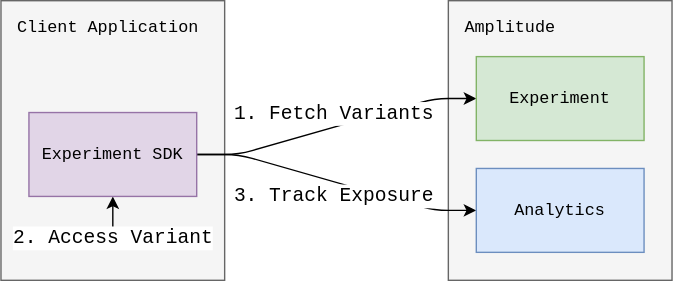
This is docs/assets/images/experiment/client-side-overview.drawio.svg from Amplitude-Developer-Docs/amplitude-dev-center, a draw.io export, as it was before one commit. Source tidied: cells renumbered, new cells last; positions are measured from the earlier drawing's top-left corner, leaving out a move shared by most shapes. Its diagram source:
```xml
<mxGraphModel>
  <root>
    <mxCell id="0" />
    <mxCell id="1" parent="0" />
    <mxCell id="2" style="rounded=0;whiteSpace=wrap;html=1;fillColor=#f5f5f5;strokeColor=#666666;fontColor=#333333;" parent="1" vertex="1">
      <mxGeometry x="320" width="160" height="200" as="geometry" />
    </mxCell>
    <mxCell id="3" style="rounded=0;whiteSpace=wrap;html=1;fillColor=#f5f5f5;strokeColor=#666666;fontColor=#333333;" parent="1" vertex="1">
      <mxGeometry width="160" height="200" as="geometry" />
    </mxCell>
    <mxCell id="4" value="&lt;span style=&quot;font-weight: normal&quot;&gt;Client Application&lt;/span&gt;" style="text;html=1;strokeColor=none;fillColor=none;align=left;verticalAlign=middle;whiteSpace=wrap;rounded=0;fontFamily=Courier New;fontSize=12;fontStyle=1;" parent="1" vertex="1">
      <mxGeometry x="10" y="10" width="170" height="20" as="geometry" />
    </mxCell>
    <mxCell id="5" style="edgeStyle=entityRelationEdgeStyle;html=1;exitX=1;exitY=0.5;exitDx=0;exitDy=0;entryX=0;entryY=0.5;entryDx=0;entryDy=0;fontFamily=Courier New;fontSize=12;" parent="1" edge="1" source="10" target="12">
      <mxGeometry relative="1" as="geometry" />
    </mxCell>
    <mxCell id="6" value="&lt;font style=&quot;font-size: 14px&quot;&gt;3. Track Exposure&lt;/font&gt;" style="edgeLabel;html=1;align=center;verticalAlign=middle;fontFamily=Courier New;" parent="5" vertex="1">
      <mxGeometry x="-0.03" y="2" relative="1" as="geometry">
        <mxPoint y="12" as="offset" />
      </mxGeometry>
    </mxCell>
    <mxCell id="7" style="edgeStyle=entityRelationEdgeStyle;html=1;exitX=1;exitY=0.5;exitDx=0;exitDy=0;entryX=0;entryY=0.5;entryDx=0;entryDy=0;fontFamily=Courier New;fontSize=12;" parent="1" edge="1" source="10" target="13">
      <mxGeometry relative="1" as="geometry" />
    </mxCell>
    <mxCell id="8" value="&lt;font style=&quot;font-size: 14px&quot;&gt;1. Fetch Variants&lt;/font&gt;" style="edgeLabel;html=1;align=center;verticalAlign=middle;fontFamily=Courier New;" parent="7" vertex="1">
      <mxGeometry x="-0.06" relative="1" as="geometry">
        <mxPoint x="4" y="-11" as="offset" />
      </mxGeometry>
    </mxCell>
    <mxCell id="9" value="&lt;font style=&quot;font-size: 14px&quot;&gt;2. Access Variant&lt;/font&gt;" style="edgeStyle=none;html=1;exitX=0.5;exitY=1;exitDx=0;exitDy=0;fontFamily=Courier New;startArrow=classic;startFill=1;endArrow=none;endFill=0;fontSize=12;" parent="1" edge="1">
      <mxGeometry x="1" relative="1" as="geometry">
        <mxPoint x="80" y="140" as="sourcePoint" />
        <mxPoint x="80" y="170" as="targetPoint" />
      </mxGeometry>
    </mxCell>
    <mxCell id="10" value="&lt;font face=&quot;Courier New&quot;&gt;Experiment SDK&lt;/font&gt;" style="rounded=0;whiteSpace=wrap;html=1;fillColor=#e1d5e7;strokeColor=#9673a6;" parent="1" vertex="1">
      <mxGeometry x="20" y="80" width="120" height="60" as="geometry" />
    </mxCell>
    <mxCell id="11" value="&lt;span style=&quot;font-weight: normal&quot;&gt;Amplitude&lt;/span&gt;" style="text;html=1;strokeColor=none;fillColor=none;align=left;verticalAlign=middle;whiteSpace=wrap;rounded=0;fontFamily=Courier New;fontSize=12;fontStyle=1;" parent="1" vertex="1">
      <mxGeometry x="330" y="10" width="100" height="20" as="geometry" />
    </mxCell>
    <mxCell id="12" value="&lt;font face=&quot;Courier New&quot;&gt;Analytics&lt;/font&gt;" style="rounded=0;whiteSpace=wrap;html=1;fillColor=#dae8fc;strokeColor=#6c8ebf;" parent="1" vertex="1">
      <mxGeometry x="340" y="120" width="120" height="60" as="geometry" />
    </mxCell>
    <mxCell id="13" value="&lt;font face=&quot;Courier New&quot;&gt;Experiment&lt;/font&gt;" style="rounded=0;whiteSpace=wrap;html=1;fillColor=#d5e8d4;strokeColor=#82b366;" parent="1" vertex="1">
      <mxGeometry x="340" y="40" width="120" height="60" as="geometry" />
    </mxCell>
  </root>
</mxGraphModel>
```
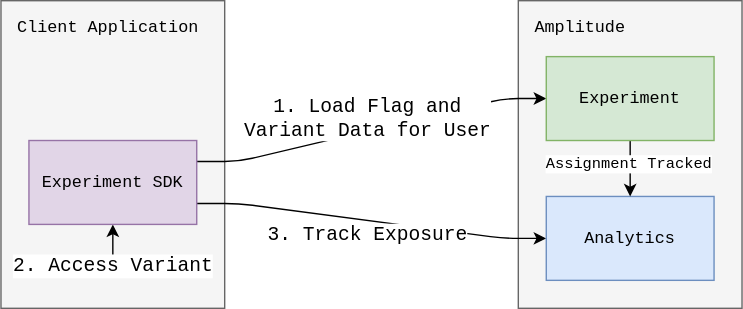
Later version of the same file.

Commit message:
initial client-side local evaluation docs updates for js sdk (#947)

Diff of the diagram source:
```diff
@@ -3,15 +3,15 @@
     <mxCell id="0" />
     <mxCell id="1" parent="0" />
     <mxCell id="2" style="rounded=0;whiteSpace=wrap;html=1;fillColor=#f5f5f5;strokeColor=#666666;fontColor=#333333;" parent="1" vertex="1">
-      <mxGeometry x="320" width="160" height="200" as="geometry" />
+      <mxGeometry x="320" width="160" height="220" as="geometry" />
     </mxCell>
     <mxCell id="3" style="rounded=0;whiteSpace=wrap;html=1;fillColor=#f5f5f5;strokeColor=#666666;fontColor=#333333;" parent="1" vertex="1">
-      <mxGeometry width="160" height="200" as="geometry" />
+      <mxGeometry x="-50" width="160" height="220" as="geometry" />
     </mxCell>
     <mxCell id="4" value="&lt;span style=&quot;font-weight: normal&quot;&gt;Client Application&lt;/span&gt;" style="text;html=1;strokeColor=none;fillColor=none;align=left;verticalAlign=middle;whiteSpace=wrap;rounded=0;fontFamily=Courier New;fontSize=12;fontStyle=1;" parent="1" vertex="1">
-      <mxGeometry x="10" y="10" width="170" height="20" as="geometry" />
+      <mxGeometry x="-40" y="10" width="140" height="20" as="geometry" />
     </mxCell>
-    <mxCell id="5" style="edgeStyle=entityRelationEdgeStyle;html=1;exitX=1;exitY=0.5;exitDx=0;exitDy=0;entryX=0;entryY=0.5;entryDx=0;entryDy=0;fontFamily=Courier New;fontSize=12;" parent="1" edge="1" source="10" target="12">
+    <mxCell id="5" style="html=1;exitX=1;exitY=0.75;exitDx=0;exitDy=0;entryX=0;entryY=0.5;entryDx=0;entryDy=0;fontFamily=Courier New;fontSize=12;edgeStyle=entityRelationEdgeStyle;" parent="1" edge="1" source="10" target="12">
       <mxGeometry relative="1" as="geometry" />
     </mxCell>
     <mxCell id="6" value="&lt;font style=&quot;font-size: 14px&quot;&gt;3. Track Exposure&lt;/font&gt;" style="edgeLabel;html=1;align=center;verticalAlign=middle;fontFamily=Courier New;" parent="5" vertex="1">
@@ -19,29 +19,35 @@
         <mxPoint y="12" as="offset" />
       </mxGeometry>
     </mxCell>
-    <mxCell id="7" style="edgeStyle=entityRelationEdgeStyle;html=1;exitX=1;exitY=0.5;exitDx=0;exitDy=0;entryX=0;entryY=0.5;entryDx=0;entryDy=0;fontFamily=Courier New;fontSize=12;" parent="1" edge="1" source="10" target="13">
+    <mxCell id="7" style="html=1;exitX=1;exitY=0.25;exitDx=0;exitDy=0;entryX=0;entryY=0.5;entryDx=0;entryDy=0;fontFamily=Courier New;fontSize=12;edgeStyle=entityRelationEdgeStyle;" parent="1" edge="1" source="10" target="13">
       <mxGeometry relative="1" as="geometry" />
     </mxCell>
-    <mxCell id="8" value="&lt;font style=&quot;font-size: 14px&quot;&gt;1. Fetch Variants&lt;/font&gt;" style="edgeLabel;html=1;align=center;verticalAlign=middle;fontFamily=Courier New;" parent="7" vertex="1">
+    <mxCell id="8" value="&lt;font style=&quot;font-size: 14px&quot;&gt;1. Load Flag and &lt;br&gt;Variant Data for User&lt;/font&gt;" style="edgeLabel;html=1;align=center;verticalAlign=middle;fontFamily=Courier New;" parent="7" vertex="1">
       <mxGeometry x="-0.06" relative="1" as="geometry">
         <mxPoint x="4" y="-11" as="offset" />
       </mxGeometry>
     </mxCell>
     <mxCell id="9" value="&lt;font style=&quot;font-size: 14px&quot;&gt;2. Access Variant&lt;/font&gt;" style="edgeStyle=none;html=1;exitX=0.5;exitY=1;exitDx=0;exitDy=0;fontFamily=Courier New;startArrow=classic;startFill=1;endArrow=none;endFill=0;fontSize=12;" parent="1" edge="1">
       <mxGeometry x="1" relative="1" as="geometry">
-        <mxPoint x="80" y="140" as="sourcePoint" />
-        <mxPoint x="80" y="170" as="targetPoint" />
+        <mxPoint x="30" y="160" as="sourcePoint" />
+        <mxPoint x="30" y="190" as="targetPoint" />
       </mxGeometry>
     </mxCell>
     <mxCell id="10" value="&lt;font face=&quot;Courier New&quot;&gt;Experiment SDK&lt;/font&gt;" style="rounded=0;whiteSpace=wrap;html=1;fillColor=#e1d5e7;strokeColor=#9673a6;" parent="1" vertex="1">
-      <mxGeometry x="20" y="80" width="120" height="60" as="geometry" />
+      <mxGeometry x="-30" y="100" width="120" height="60" as="geometry" />
     </mxCell>
     <mxCell id="11" value="&lt;span style=&quot;font-weight: normal&quot;&gt;Amplitude&lt;/span&gt;" style="text;html=1;strokeColor=none;fillColor=none;align=left;verticalAlign=middle;whiteSpace=wrap;rounded=0;fontFamily=Courier New;fontSize=12;fontStyle=1;" parent="1" vertex="1">
       <mxGeometry x="330" y="10" width="100" height="20" as="geometry" />
     </mxCell>
     <mxCell id="12" value="&lt;font face=&quot;Courier New&quot;&gt;Analytics&lt;/font&gt;" style="rounded=0;whiteSpace=wrap;html=1;fillColor=#dae8fc;strokeColor=#6c8ebf;" parent="1" vertex="1">
-      <mxGeometry x="340" y="120" width="120" height="60" as="geometry" />
+      <mxGeometry x="340" y="140" width="120" height="60" as="geometry" />
     </mxCell>
+    <mxCell id="14" style="html=1;exitX=0.5;exitY=1;exitDx=0;exitDy=0;entryX=0.5;entryY=0;entryDx=0;entryDy=0;fontFamily=Courier New;" parent="1" edge="1" source="13" target="12">
+      <mxGeometry relative="1" as="geometry" />
+    </mxCell>
+    <mxCell id="15" value="Assignment Tracked" style="edgeLabel;html=1;align=center;verticalAlign=middle;fontFamily=Courier New;" parent="14" vertex="1">
+      <mxGeometry x="-0.19" y="-2" relative="1" as="geometry" />
+    </mxCell>
     <mxCell id="13" value="&lt;font face=&quot;Courier New&quot;&gt;Experiment&lt;/font&gt;" style="rounded=0;whiteSpace=wrap;html=1;fillColor=#d5e8d4;strokeColor=#82b366;" parent="1" vertex="1">
       <mxGeometry x="340" y="40" width="120" height="60" as="geometry" />
     </mxCell>
```
